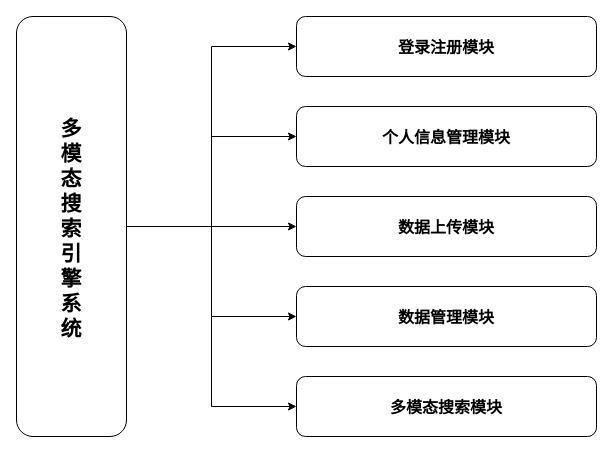
ssl1995/draw keeps this draw.io diagram as page "图5.9 系统功能模块设计" (9 of 10) of 论文/第5章/第5章.drawio. Above is the earlier version. Source tidied: cells renumbered, new cells numbered last; positions are measured from the earlier drawing's top-left corner, leaving out a move shared by most shapes. Both pictures are drawn from the tidied source at 100%, with x=0, y=0 at pixel (16, 16).
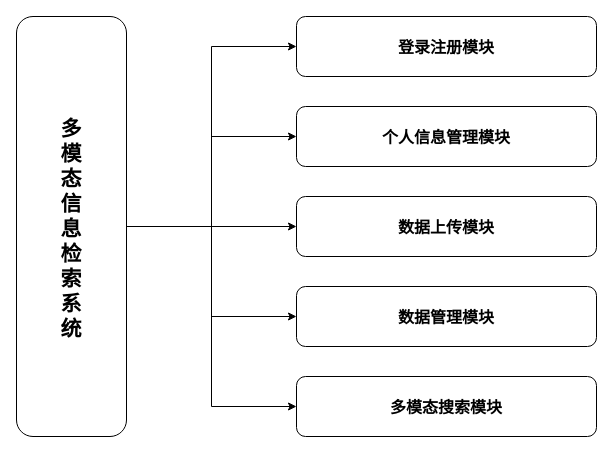
The same page after the edit.

Diff of the diagram source:
```diff
@@
 <mxGraphModel>
   <root>
     <mxCell id="0" />
     <mxCell id="1" parent="0" />
     <mxCell id="2" style="edgeStyle=orthogonalEdgeStyle;rounded=0;jettySize=auto;entryX=0;entryY=0.5;entryDx=0;entryDy=0;" parent="1" edge="1" source="7" target="8">
       <mxGeometry relative="1" as="geometry" />
     </mxCell>
     <mxCell id="3" style="edgeStyle=orthogonalEdgeStyle;rounded=0;jettySize=auto;entryX=0;entryY=0.5;entryDx=0;entryDy=0;" parent="1" edge="1" source="7" target="9">
       <mxGeometry relative="1" as="geometry" />
     </mxCell>
     <mxCell id="4" style="edgeStyle=orthogonalEdgeStyle;rounded=0;jettySize=auto;" parent="1" edge="1" source="7" target="11">
       <mxGeometry relative="1" as="geometry" />
     </mxCell>
     <mxCell id="5" style="edgeStyle=orthogonalEdgeStyle;rounded=0;jettySize=auto;" parent="1" edge="1" source="7" target="12">
       <mxGeometry relative="1" as="geometry" />
     </mxCell>
     <mxCell id="6" style="edgeStyle=orthogonalEdgeStyle;rounded=0;jettySize=auto;entryX=0;entryY=0.5;entryDx=0;entryDy=0;" parent="1" edge="1" source="7" target="10">
       <mxGeometry relative="1" as="geometry" />
     </mxCell>
-    <mxCell id="7" value="多&#10;模&#10;态&#10;搜&#10;索&#10;引&#10;擎&#10;系&#10;统" style="rounded=1;fontSize=21;fontStyle=1;" parent="1" vertex="1">
+    <mxCell id="7" value="多&#10;模&#10;态&#10;信&#10;息&#10;检&#10;索&#10;系&#10;统" style="rounded=1;fontSize=21;fontStyle=1;" parent="1" vertex="1">
       <mxGeometry width="110" height="420" as="geometry" />
     </mxCell>
     <mxCell id="8" value="登录注册模块" style="rounded=1;fontSize=16;fontStyle=1;" parent="1" vertex="1">
       <mxGeometry x="280" width="300" height="60" as="geometry" />
     </mxCell>
     <mxCell id="9" value="个人信息管理模块" style="rounded=1;fontSize=16;fontStyle=1;" parent="1" vertex="1">
       <mxGeometry x="280" y="90" width="300" height="60" as="geometry" />
     </mxCell>
     <mxCell id="10" value="数据上传模块" style="rounded=1;fontSize=16;fontStyle=1;" parent="1" vertex="1">
       <mxGeometry x="280" y="180" width="300" height="60" as="geometry" />
     </mxCell>
     <mxCell id="11" value="数据管理模块" style="rounded=1;fontSize=16;fontStyle=1;" parent="1" vertex="1">
       <mxGeometry x="280" y="270" width="300" height="60" as="geometry" />
     </mxCell>
     <mxCell id="12" value="多模态搜索模块" style="rounded=1;fontSize=16;fontStyle=1;" parent="1" vertex="1">
       <mxGeometry x="280" y="360" width="300" height="60" as="geometry" />
     </mxCell>
   </root>
 </mxGraphModel>
```
